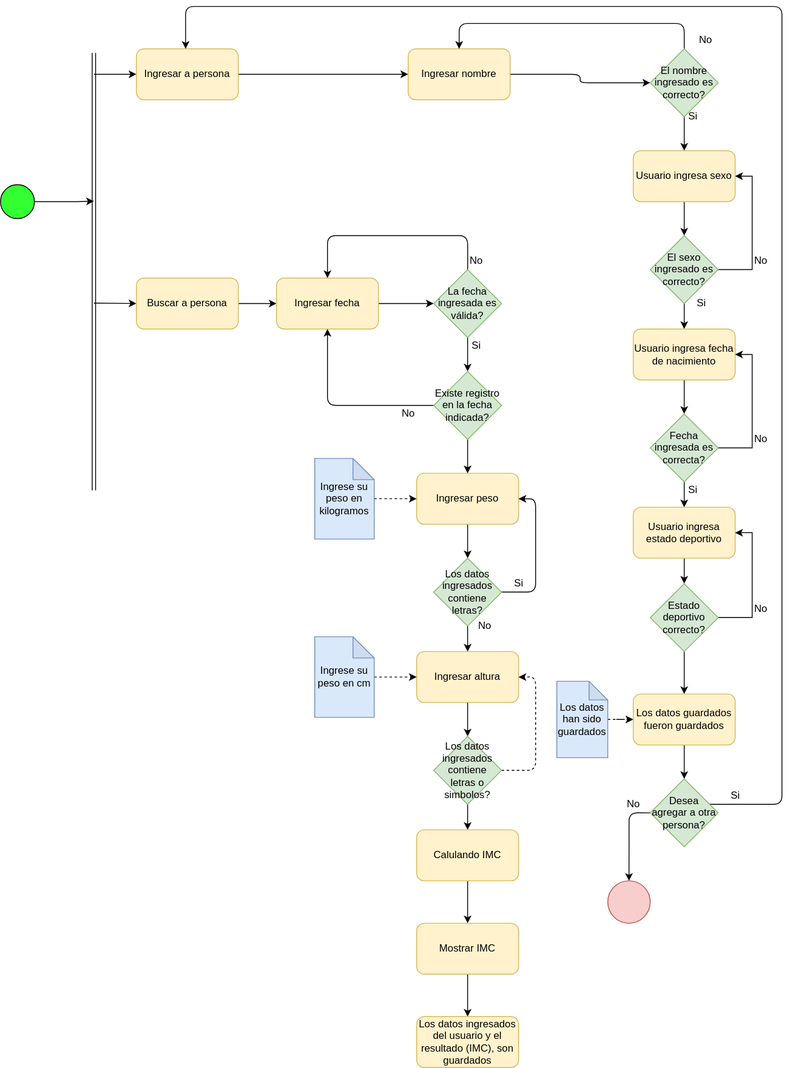
The draw.io diagram Diagramas/DiagActFuncionalidad.svg in MaxIbanez/Taller1P1_MI_JC, before a commit. Source tidied: cells renumbered, new cells last; positions are measured from the earlier drawing's top-left corner, leaving out a move shared by most shapes.
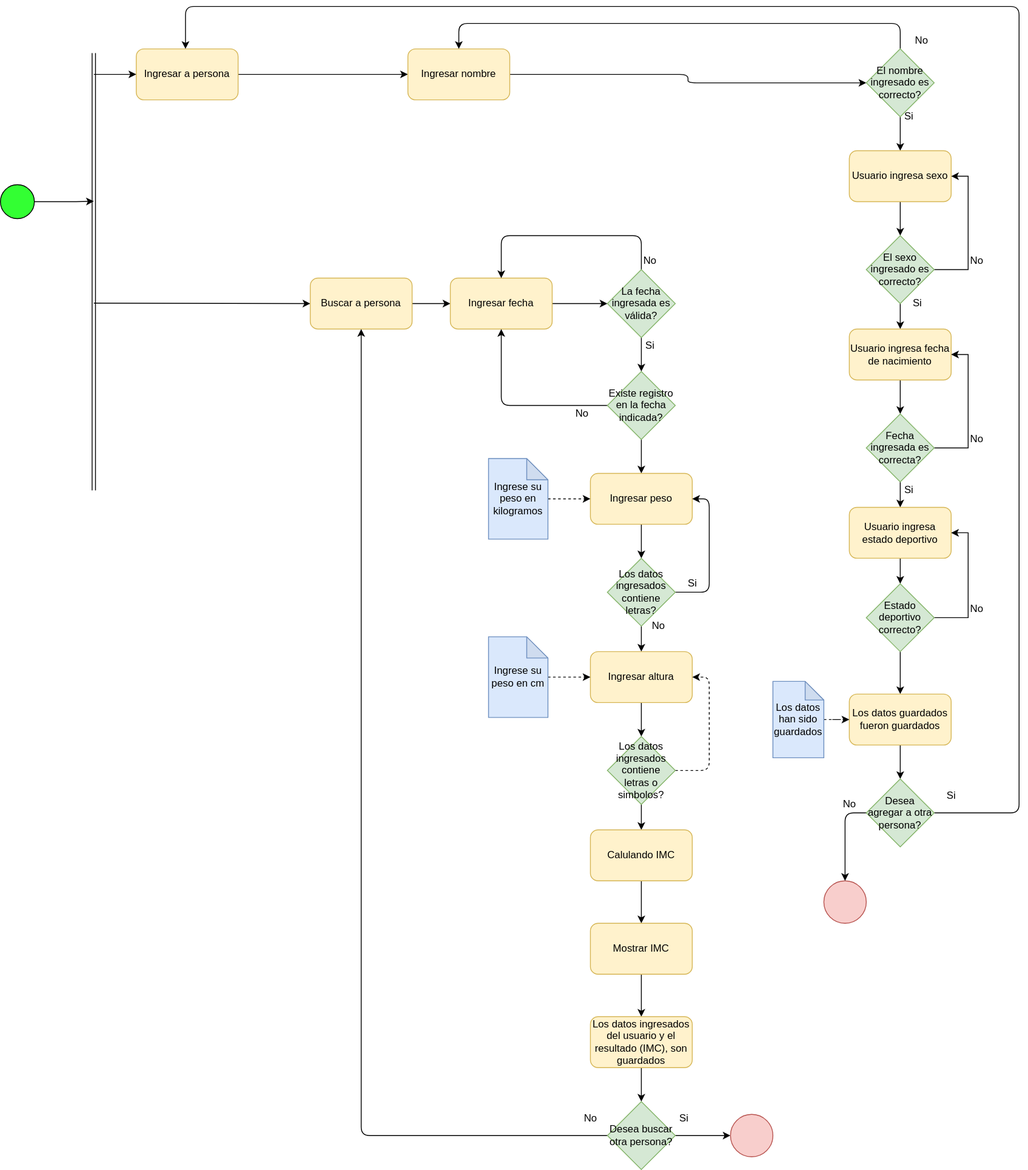
After the commit.

The edit, as a diff of the source:
```diff
@@ -24,6 +24,5 @@
     </mxCell>
-    <mxCell id="7" style="endArrow=classic;html=1;" parent="1" edge="1">
+    <mxCell id="7" style="endArrow=classic;html=1;entryX=0;entryY=0.5;entryDx=0;entryDy=0;" parent="1" edge="1" target="9">
       <mxGeometry relative="1" as="geometry">
         <mxPoint x="110" y="349.5" as="sourcePoint" />
-        <mxPoint x="160" y="350" as="targetPoint" />
       </mxGeometry>
@@ -34,3 +33,3 @@
     <mxCell id="9" value="Buscar a persona" style="rounded=1;whiteSpace=wrap;html=1;fillColor=#fff2cc;strokeColor=#d6b656;" parent="1" vertex="1">
-      <mxGeometry x="160" y="320" width="120" height="60" as="geometry" />
+      <mxGeometry x="365" y="320" width="120" height="60" as="geometry" />
     </mxCell>
@@ -52,3 +51,3 @@
       <mxGeometry relative="1" as="geometry">
-        <mxPoint x="805" y="130" as="sourcePoint" />
+        <mxPoint x="1060" y="130" as="sourcePoint" />
       </mxGeometry>
@@ -58,3 +57,3 @@
         <Array as="points">
-          <mxPoint x="805" y="20" />
+          <mxPoint x="1060" y="20" />
           <mxPoint x="540" y="20" />
@@ -64,6 +63,6 @@
     <mxCell id="15" value="El nombre ingresado es correcto?" style="rhombus;whiteSpace=wrap;html=1;fillColor=#d5e8d4;strokeColor=#82b366;" parent="1" vertex="1">
-      <mxGeometry x="765" y="50" width="80" height="80" as="geometry" />
+      <mxGeometry x="1020" y="50" width="80" height="80" as="geometry" />
     </mxCell>
     <mxCell id="16" value="No" style="text;html=1;align=center;verticalAlign=middle;" parent="1" vertex="1">
-      <mxGeometry x="815" y="30" width="30" height="20" as="geometry" />
+      <mxGeometry x="1070" y="30" width="30" height="20" as="geometry" />
     </mxCell>
@@ -73,6 +72,6 @@
     <mxCell id="18" value="Usuario ingresa sexo" style="rounded=1;whiteSpace=wrap;html=1;fillColor=#fff2cc;strokeColor=#d6b656;" parent="1" vertex="1">
-      <mxGeometry x="745" y="170" width="120" height="60" as="geometry" />
+      <mxGeometry x="1000" y="170" width="120" height="60" as="geometry" />
     </mxCell>
     <mxCell id="19" value="Si" style="text;html=1;align=center;verticalAlign=middle;" parent="1" vertex="1">
-      <mxGeometry x="800" y="120" width="30" height="20" as="geometry" />
+      <mxGeometry x="1055" y="120" width="30" height="20" as="geometry" />
     </mxCell>
@@ -81,4 +80,4 @@
         <Array as="points">
-          <mxPoint x="885" y="310" />
-          <mxPoint x="885" y="200" />
+          <mxPoint x="1140" y="310" />
+          <mxPoint x="1140" y="200" />
         </Array>
@@ -90,3 +89,3 @@
     <mxCell id="22" value="El sexo ingresado es correcto?" style="rhombus;whiteSpace=wrap;html=1;fillColor=#d5e8d4;strokeColor=#82b366;" parent="1" vertex="1">
-      <mxGeometry x="765" y="270" width="80" height="80" as="geometry" />
+      <mxGeometry x="1020" y="270" width="80" height="80" as="geometry" />
     </mxCell>
@@ -96,9 +95,9 @@
     <mxCell id="24" value="Usuario ingresa fecha de nacimiento" style="rounded=1;whiteSpace=wrap;html=1;fillColor=#fff2cc;strokeColor=#d6b656;" parent="1" vertex="1">
-      <mxGeometry x="745" y="380" width="120" height="60" as="geometry" />
+      <mxGeometry x="1000" y="380" width="120" height="60" as="geometry" />
     </mxCell>
     <mxCell id="25" value="No" style="text;html=1;align=center;verticalAlign=middle;" parent="1" vertex="1">
-      <mxGeometry x="880" y="290" width="30" height="20" as="geometry" />
+      <mxGeometry x="1135" y="290" width="30" height="20" as="geometry" />
     </mxCell>
     <mxCell id="26" value="Si" style="text;html=1;align=center;verticalAlign=middle;" parent="1" vertex="1">
-      <mxGeometry x="810" y="340" width="30" height="20" as="geometry" />
+      <mxGeometry x="1065" y="340" width="30" height="20" as="geometry" />
     </mxCell>
@@ -107,4 +106,4 @@
         <Array as="points">
-          <mxPoint x="885" y="520" />
-          <mxPoint x="885" y="410" />
+          <mxPoint x="1140" y="520" />
+          <mxPoint x="1140" y="410" />
         </Array>
@@ -116,6 +115,6 @@
     <mxCell id="29" value="Fecha ingresada es correcta?" style="rhombus;whiteSpace=wrap;html=1;fillColor=#d5e8d4;strokeColor=#82b366;" parent="1" vertex="1">
-      <mxGeometry x="765" y="480" width="80" height="80" as="geometry" />
+      <mxGeometry x="1020" y="480" width="80" height="80" as="geometry" />
     </mxCell>
     <mxCell id="30" value="No" style="text;html=1;align=center;verticalAlign=middle;" parent="1" vertex="1">
-      <mxGeometry x="880" y="500" width="30" height="20" as="geometry" />
+      <mxGeometry x="1135" y="500" width="30" height="20" as="geometry" />
     </mxCell>
@@ -125,3 +124,3 @@
     <mxCell id="32" value="Usuario ingresa estado deportivo" style="rounded=1;whiteSpace=wrap;html=1;fillColor=#fff2cc;strokeColor=#d6b656;" parent="1" vertex="1">
-      <mxGeometry x="745" y="590" width="120" height="60" as="geometry" />
+      <mxGeometry x="1000" y="590" width="120" height="60" as="geometry" />
     </mxCell>
@@ -130,4 +129,4 @@
         <Array as="points">
-          <mxPoint x="885" y="720" />
-          <mxPoint x="885" y="620" />
+          <mxPoint x="1140" y="720" />
+          <mxPoint x="1140" y="620" />
         </Array>
@@ -139,9 +138,9 @@
     <mxCell id="35" value="Estado deportivo correcto?" style="rhombus;whiteSpace=wrap;html=1;fillColor=#d5e8d4;strokeColor=#82b366;" parent="1" vertex="1">
-      <mxGeometry x="765" y="680" width="80" height="80" as="geometry" />
+      <mxGeometry x="1020" y="680" width="80" height="80" as="geometry" />
     </mxCell>
     <mxCell id="36" value="No" style="text;html=1;align=center;verticalAlign=middle;" parent="1" vertex="1">
-      <mxGeometry x="880" y="700" width="30" height="20" as="geometry" />
+      <mxGeometry x="1135" y="700" width="30" height="20" as="geometry" />
     </mxCell>
     <mxCell id="37" value="Si" style="text;html=1;align=center;verticalAlign=middle;" parent="1" vertex="1">
-      <mxGeometry x="800" y="560" width="30" height="20" as="geometry" />
+      <mxGeometry x="1055" y="560" width="30" height="20" as="geometry" />
     </mxCell>
@@ -151,3 +150,3 @@
     <mxCell id="39" value="Los datos guardados fueron guardados" style="rounded=1;whiteSpace=wrap;html=1;fillColor=#fff2cc;strokeColor=#d6b656;" parent="1" vertex="1">
-      <mxGeometry x="745" y="810" width="120" height="60" as="geometry" />
+      <mxGeometry x="1000" y="810" width="120" height="60" as="geometry" />
     </mxCell>
@@ -157,6 +156,6 @@
     <mxCell id="41" value="Los datos han sido guardados" style="shape=note;whiteSpace=wrap;html=1;backgroundOutline=1;darkOpacity=0.05;fillColor=#dae8fc;strokeColor=#6c8ebf;size=22;" parent="1" vertex="1">
-      <mxGeometry x="655" y="795" width="60" height="90" as="geometry" />
+      <mxGeometry x="910" y="795" width="60" height="90" as="geometry" />
     </mxCell>
     <mxCell id="42" style="ellipse;whiteSpace=wrap;html=1;fillColor=#f8cecc;strokeColor=#b85450;" parent="1" vertex="1">
-      <mxGeometry x="715" y="1030" width="50" height="50" as="geometry" />
+      <mxGeometry x="970" y="1030" width="50" height="50" as="geometry" />
     </mxCell>
@@ -164,3 +163,3 @@
       <mxGeometry relative="1" as="geometry">
-        <mxPoint x="740" y="1030" as="targetPoint" />
+        <mxPoint x="995" y="1030" as="targetPoint" />
       </mxGeometry>
@@ -171,4 +170,4 @@
         <Array as="points">
-          <mxPoint x="920" y="940" />
-          <mxPoint x="920" />
+          <mxPoint x="1200" y="950" />
+          <mxPoint x="1200" />
           <mxPoint x="218" />
@@ -178,9 +177,9 @@
     <mxCell id="45" value="Desea agregar a otra persona?" style="rhombus;whiteSpace=wrap;html=1;fillColor=#d5e8d4;strokeColor=#82b366;" parent="1" vertex="1">
-      <mxGeometry x="765" y="910" width="80" height="80" as="geometry" />
+      <mxGeometry x="1020" y="910" width="80" height="80" as="geometry" />
     </mxCell>
     <mxCell id="46" value="No" style="text;html=1;align=center;verticalAlign=middle;" parent="1" vertex="1">
-      <mxGeometry x="730" y="930" width="30" height="20" as="geometry" />
+      <mxGeometry x="985" y="930" width="30" height="20" as="geometry" />
     </mxCell>
     <mxCell id="47" value="Si" style="text;html=1;align=center;verticalAlign=middle;" parent="1" vertex="1">
-      <mxGeometry x="850" y="920" width="30" height="20" as="geometry" />
+      <mxGeometry x="1105" y="920" width="30" height="20" as="geometry" />
     </mxCell>
@@ -190,3 +189,3 @@
     <mxCell id="49" value="Ingresar fecha" style="rounded=1;whiteSpace=wrap;html=1;fillColor=#fff2cc;strokeColor=#d6b656;" parent="1" vertex="1">
-      <mxGeometry x="325" y="320" width="120" height="60" as="geometry" />
+      <mxGeometry x="530" y="320" width="120" height="60" as="geometry" />
     </mxCell>
@@ -195,4 +194,4 @@
         <Array as="points">
-          <mxPoint x="550" y="270" />
-          <mxPoint x="385" y="270" />
+          <mxPoint x="755" y="270" />
+          <mxPoint x="590" y="270" />
         </Array>
@@ -204,6 +203,6 @@
     <mxCell id="52" value="La fecha ingresada es válida?" style="rhombus;whiteSpace=wrap;html=1;fillColor=#d5e8d4;strokeColor=#82b366;" parent="1" vertex="1">
-      <mxGeometry x="510" y="310" width="80" height="80" as="geometry" />
+      <mxGeometry x="715" y="310" width="80" height="80" as="geometry" />
     </mxCell>
     <mxCell id="53" value="No" style="text;html=1;align=center;verticalAlign=middle;" parent="1" vertex="1">
-      <mxGeometry x="545" y="290" width="30" height="20" as="geometry" />
+      <mxGeometry x="750" y="290" width="30" height="20" as="geometry" />
     </mxCell>
@@ -216,9 +215,9 @@
     <mxCell id="56" value="Existe registro en la fecha indicada?" style="rhombus;whiteSpace=wrap;html=1;fillColor=#d5e8d4;strokeColor=#82b366;" parent="1" vertex="1">
-      <mxGeometry x="510" y="430" width="80" height="80" as="geometry" />
+      <mxGeometry x="715" y="430" width="80" height="80" as="geometry" />
     </mxCell>
     <mxCell id="57" value="Si" style="text;html=1;align=center;verticalAlign=middle;" parent="1" vertex="1">
-      <mxGeometry x="545" y="390" width="30" height="20" as="geometry" />
+      <mxGeometry x="750" y="390" width="30" height="20" as="geometry" />
     </mxCell>
     <mxCell id="58" value="No" style="text;html=1;align=center;verticalAlign=middle;" parent="1" vertex="1">
-      <mxGeometry x="465" y="470" width="30" height="20" as="geometry" />
+      <mxGeometry x="670" y="470" width="30" height="20" as="geometry" />
     </mxCell>
@@ -228,3 +227,3 @@
     <mxCell id="60" value="Ingresar peso" style="rounded=1;whiteSpace=wrap;html=1;fillColor=#fff2cc;strokeColor=#d6b656;" parent="1" vertex="1">
-      <mxGeometry x="490" y="550" width="120" height="60" as="geometry" />
+      <mxGeometry x="695" y="550" width="120" height="60" as="geometry" />
     </mxCell>
@@ -234,3 +233,3 @@
     <mxCell id="62" value="Ingrese su peso en kilogramos" style="shape=note;whiteSpace=wrap;html=1;backgroundOutline=1;darkOpacity=0.05;fillColor=#dae8fc;strokeColor=#6c8ebf;size=25;" parent="1" vertex="1">
-      <mxGeometry x="370" y="532.5" width="70" height="95" as="geometry" />
+      <mxGeometry x="575" y="532.5" width="70" height="95" as="geometry" />
     </mxCell>
@@ -239,4 +238,4 @@
         <Array as="points">
-          <mxPoint x="630" y="690" />
-          <mxPoint x="630" y="580" />
+          <mxPoint x="835" y="690" />
+          <mxPoint x="835" y="580" />
         </Array>
@@ -248,3 +247,3 @@
     <mxCell id="65" value="Los datos ingresados contiene letras?" style="rhombus;whiteSpace=wrap;html=1;fillColor=#d5e8d4;strokeColor=#82b366;" parent="1" vertex="1">
-      <mxGeometry x="510" y="650" width="80" height="80" as="geometry" />
+      <mxGeometry x="715" y="650" width="80" height="80" as="geometry" />
     </mxCell>
@@ -254,3 +253,3 @@
     <mxCell id="67" value="Ingresar altura" style="rounded=1;whiteSpace=wrap;html=1;fillColor=#fff2cc;strokeColor=#d6b656;" parent="1" vertex="1">
-      <mxGeometry x="490" y="760" width="120" height="60" as="geometry" />
+      <mxGeometry x="695" y="760" width="120" height="60" as="geometry" />
     </mxCell>
@@ -259,4 +258,4 @@
         <Array as="points">
-          <mxPoint x="630" y="900" />
-          <mxPoint x="630" y="790" />
+          <mxPoint x="835" y="900" />
+          <mxPoint x="835" y="790" />
         </Array>
@@ -268,9 +267,9 @@
     <mxCell id="70" value="Los datos ingresados contiene letras o simbolos?" style="rhombus;whiteSpace=wrap;html=1;fillColor=#d5e8d4;strokeColor=#82b366;" parent="1" vertex="1">
-      <mxGeometry x="510" y="860" width="80" height="80" as="geometry" />
+      <mxGeometry x="715" y="860" width="80" height="80" as="geometry" />
     </mxCell>
     <mxCell id="71" value="Si" style="text;html=1;align=center;verticalAlign=middle;" parent="1" vertex="1">
-      <mxGeometry x="595" y="670" width="30" height="20" as="geometry" />
+      <mxGeometry x="800" y="670" width="30" height="20" as="geometry" />
     </mxCell>
     <mxCell id="72" value="No" style="text;html=1;align=center;verticalAlign=middle;" parent="1" vertex="1">
-      <mxGeometry x="555" y="720" width="30" height="20" as="geometry" />
+      <mxGeometry x="760" y="720" width="30" height="20" as="geometry" />
     </mxCell>
@@ -280,3 +279,3 @@
     <mxCell id="74" value="Ingrese su peso en cm" style="shape=note;whiteSpace=wrap;html=1;backgroundOutline=1;darkOpacity=0.05;fillColor=#dae8fc;strokeColor=#6c8ebf;size=25;" parent="1" vertex="1">
-      <mxGeometry x="370" y="742.5" width="70" height="95" as="geometry" />
+      <mxGeometry x="575" y="742.5" width="70" height="95" as="geometry" />
     </mxCell>
@@ -286,3 +285,3 @@
     <mxCell id="76" value="Calulando IMC" style="rounded=1;whiteSpace=wrap;html=1;fillColor=#fff2cc;strokeColor=#d6b656;" parent="1" vertex="1">
-      <mxGeometry x="490" y="970" width="120" height="60" as="geometry" />
+      <mxGeometry x="695" y="970" width="120" height="60" as="geometry" />
     </mxCell>
@@ -292,7 +291,28 @@
     <mxCell id="78" value="Mostrar IMC" style="rounded=1;whiteSpace=wrap;html=1;fillColor=#fff2cc;strokeColor=#d6b656;" parent="1" vertex="1">
-      <mxGeometry x="490" y="1080" width="120" height="60" as="geometry" />
+      <mxGeometry x="695" y="1080" width="120" height="60" as="geometry" />
     </mxCell>
+    <mxCell id="80" style="edgeStyle=orthogonalEdgeStyle;rounded=1;sketch=0;jettySize=auto;html=1;shadow=0;strokeColor=#000000;strokeWidth=1;" parent="1" edge="1" source="79" target="83">
+      <mxGeometry relative="1" as="geometry" />
+    </mxCell>
     <mxCell id="79" value="Los datos ingresados del usuario y el resultado (IMC), son guardados" style="rounded=1;whiteSpace=wrap;html=1;fillColor=#fff2cc;strokeColor=#d6b656;" parent="1" vertex="1">
-      <mxGeometry x="490" y="1190" width="120" height="60" as="geometry" />
+      <mxGeometry x="695" y="1190" width="120" height="60" as="geometry" />
     </mxCell>
+    <mxCell id="81" style="edgeStyle=orthogonalEdgeStyle;rounded=1;sketch=0;jettySize=auto;html=1;entryX=0.5;entryY=1;entryDx=0;entryDy=0;shadow=0;strokeColor=#000000;strokeWidth=1;" parent="1" edge="1" source="83" target="9">
+      <mxGeometry relative="1" as="geometry" />
+    </mxCell>
+    <mxCell id="82" style="edgeStyle=orthogonalEdgeStyle;rounded=1;sketch=0;jettySize=auto;html=1;shadow=0;strokeColor=#000000;strokeWidth=1;" parent="1" edge="1" source="83" target="84">
+      <mxGeometry relative="1" as="geometry" />
+    </mxCell>
+    <mxCell id="83" value="Desea buscar otra persona?" style="rhombus;whiteSpace=wrap;html=1;fillColor=#d5e8d4;strokeColor=#82b366;" parent="1" vertex="1">
+      <mxGeometry x="715" y="1290" width="80" height="80" as="geometry" />
+    </mxCell>
+    <mxCell id="84" style="ellipse;whiteSpace=wrap;html=1;fillColor=#f8cecc;strokeColor=#b85450;" parent="1" vertex="1">
+      <mxGeometry x="860" y="1305" width="50" height="50" as="geometry" />
+    </mxCell>
+    <mxCell id="85" value="No" style="text;html=1;align=center;verticalAlign=middle;" parent="1" vertex="1">
+      <mxGeometry x="680" y="1300" width="30" height="20" as="geometry" />
+    </mxCell>
+    <mxCell id="86" value="Si" style="text;html=1;align=center;verticalAlign=middle;" parent="1" vertex="1">
+      <mxGeometry x="790" y="1300" width="30" height="20" as="geometry" />
+    </mxCell>
   </root>
```
